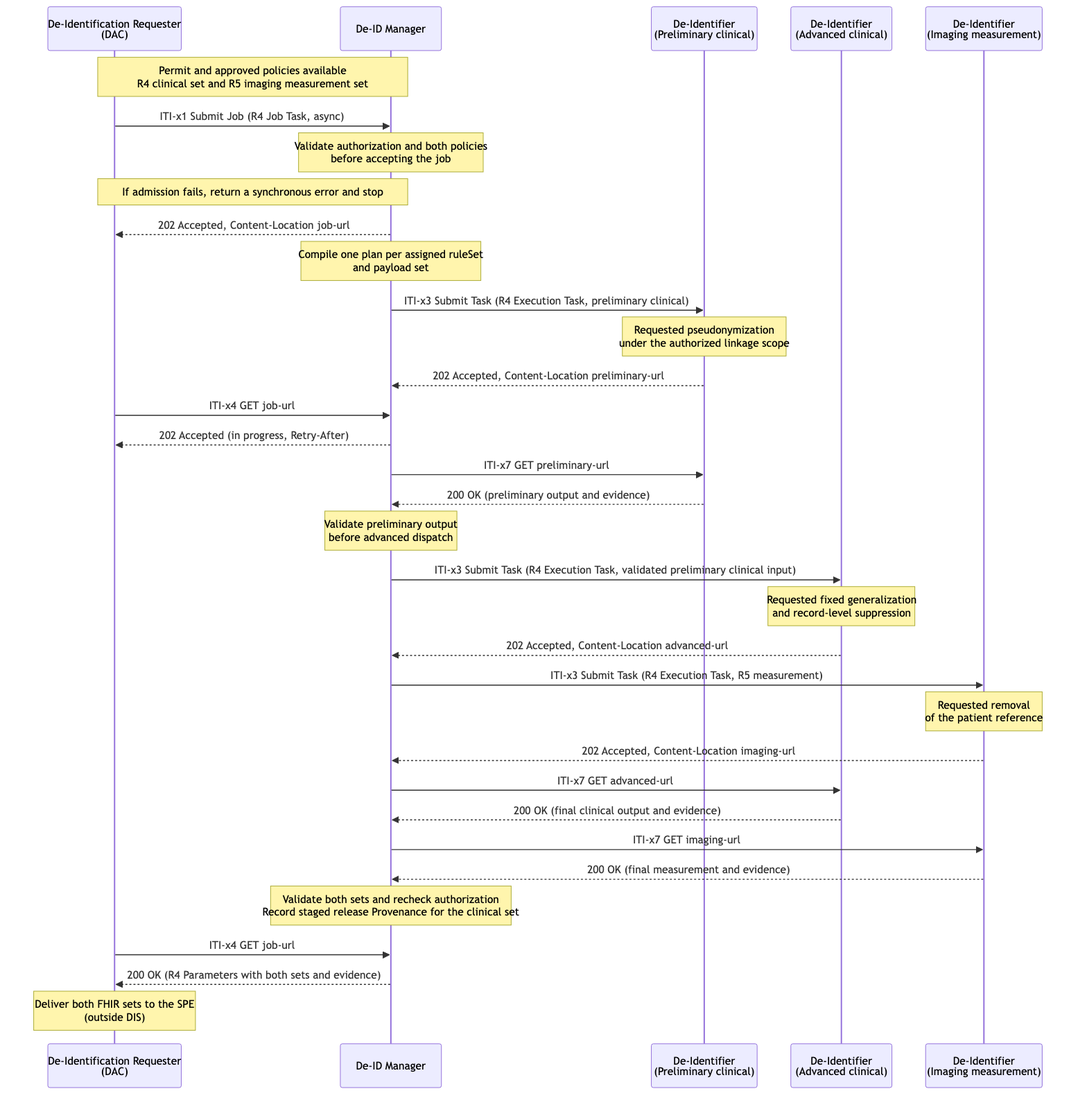
The Mermaid diagram input/images/dis-uc2-ai-ml-development.png in IHE/ITI.DIS, before a commit. Its source is kept beside it as input/images-source/dis-uc2-ai-ml-development.mmd.
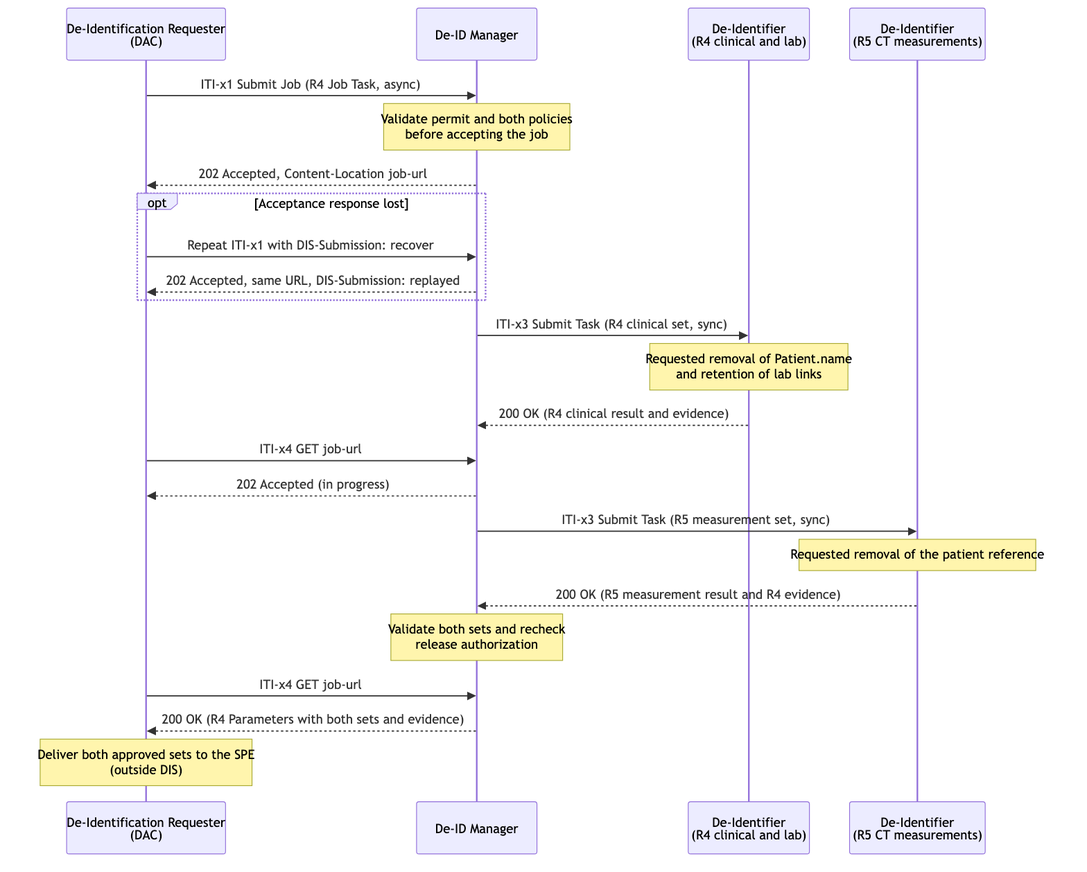
The same file after the commit.

What changed in the source:
```diff
@@ -1,40 +1,28 @@
 sequenceDiagram
     participant DAC as De-Identification Requester<br/>(DAC)
     participant MGR as De-ID Manager
-    participant DI_P as De-Identifier<br/>(Preliminary clinical)
-    participant DI_A as De-Identifier<br/>(Advanced clinical)
-    participant DI_I as De-Identifier<br/>(Imaging measurement)
+    participant DI_C as De-Identifier<br/>(R4 clinical and lab)
+    participant DI_I as De-Identifier<br/>(R5 CT measurements)
 
-    Note over DAC,MGR: Permit and approved policies available<br/>R4 clinical set and R5 imaging measurement set
     DAC->>MGR: ITI-x1 Submit Job (R4 Job Task, async)
-    Note over MGR: Validate authorization and both policies<br/>before accepting the job
-    Note over DAC,MGR: If admission fails, return a synchronous error and stop
+    Note over MGR: Validate permit and both policies<br/>before accepting the job
     MGR-->>DAC: 202 Accepted, Content-Location job-url
+    opt Acceptance response lost
+        DAC->>MGR: Repeat ITI-x1 with DIS-Submission: recover
+        MGR-->>DAC: 202 Accepted, same URL, DIS-Submission: replayed
+    end
 
-    Note over MGR: Compile one plan per assigned ruleSet<br/>and payload set
-    MGR->>DI_P: ITI-x3 Submit Task (R4 Execution Task, preliminary clinical)
-    Note over DI_P: Requested pseudonymization<br/>under the authorized linkage scope
-    DI_P-->>MGR: 202 Accepted, Content-Location preliminary-url
+    MGR->>DI_C: ITI-x3 Submit Task (R4 clinical set, sync)
+    Note over DI_C: Requested removal of Patient.name<br/>and retention of lab links
+    DI_C-->>MGR: 200 OK (R4 clinical result and evidence)
 
     DAC->>MGR: ITI-x4 GET job-url
-    MGR-->>DAC: 202 Accepted (in progress, Retry-After)
+    MGR-->>DAC: 202 Accepted (in progress)
 
-    MGR->>DI_P: ITI-x7 GET preliminary-url
-    DI_P-->>MGR: 200 OK (preliminary output and evidence)
-    Note over MGR: Validate preliminary output<br/>before advanced dispatch
-    MGR->>DI_A: ITI-x3 Submit Task (R4 Execution Task, validated preliminary clinical input)
-    Note over DI_A: Requested fixed generalization<br/>and record-level suppression
-    DI_A-->>MGR: 202 Accepted, Content-Location advanced-url
-
-    MGR->>DI_I: ITI-x3 Submit Task (R4 Execution Task, R5 measurement)
-    Note over DI_I: Requested removal<br/>of the patient reference
-    DI_I-->>MGR: 202 Accepted, Content-Location imaging-url
-
-    MGR->>DI_A: ITI-x7 GET advanced-url
-    DI_A-->>MGR: 200 OK (final clinical output and evidence)
-    MGR->>DI_I: ITI-x7 GET imaging-url
-    DI_I-->>MGR: 200 OK (final measurement and evidence)
-    Note over MGR: Validate both sets and recheck authorization<br/>Record staged release Provenance for the clinical set
+    MGR->>DI_I: ITI-x3 Submit Task (R5 measurement set, sync)
+    Note over DI_I: Requested removal of the patient reference
+    DI_I-->>MGR: 200 OK (R5 measurement result and R4 evidence)
+    Note over MGR: Validate both sets and recheck<br/>release authorization
     DAC->>MGR: ITI-x4 GET job-url
     MGR-->>DAC: 200 OK (R4 Parameters with both sets and evidence)
-    Note over DAC: Deliver both FHIR sets to the SPE<br/>(outside DIS)
+    Note over DAC: Deliver both approved sets to the SPE<br/>(outside DIS)
```
